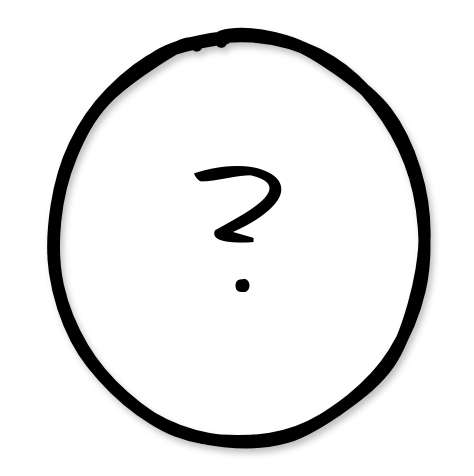
Before: page "10" (2 of 10) of src/pam.drawio in pegandoasmanhas/pam, a draw.io diagram. Source tidied: cells renumbered, new cells numbered last; positions are measured from the earlier drawing's top-left corner, leaving out a move shared by most shapes. Both pictures are drawn from the tidied source at 150%, with x=0, y=0 at pixel (44, 44).
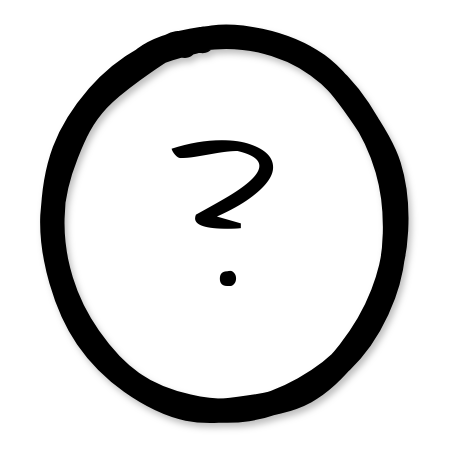
Above is the later version.

Change to the diagram source:
```diff
@@
 <mxGraphModel>
   <root>
     <mxCell id="0" />
     <mxCell id="1" parent="0" />
-    <mxCell id="2" value="?" style="ellipse;whiteSpace=wrap;html=1;sketch=1;fontFamily=Comic Sans MS;fontSize=122;strokeWidth=8;fillStyle=auto;fillColor=none;shadow=1;" parent="1" vertex="1">
-      <mxGeometry width="260" height="260" as="geometry" />
+    <mxCell id="2" value="&lt;font style=&quot;font-size: 142px&quot;&gt;?&lt;/font&gt;" style="ellipse;whiteSpace=wrap;html=1;sketch=1;fontFamily=Comic Sans MS;fontSize=122;strokeWidth=16;fillStyle=auto;fillColor=none;shadow=1;" parent="1" vertex="1">
+      <mxGeometry width="240" height="240" as="geometry" />
     </mxCell>
   </root>
 </mxGraphModel>
```
